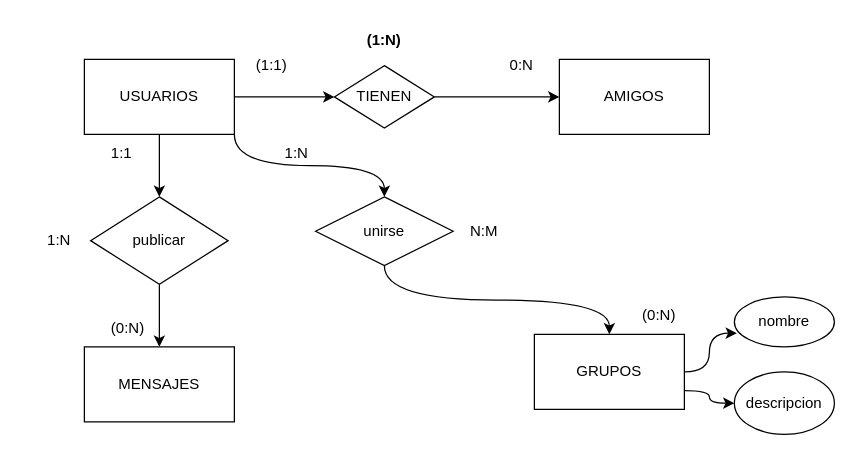
Earlier version of the draw.io diagram page "ejercicio4" (2 of 13) of Sql/directorio_de_ejercicios.drawio (universoparalelo/Informatorio). Source tidied: cells renumbered, new cells numbered last; positions are measured from the earlier drawing's top-left corner, leaving out a move shared by most shapes. Both pictures are drawn from the tidied source at 125%, with x=0, y=0 at pixel (21, 21).
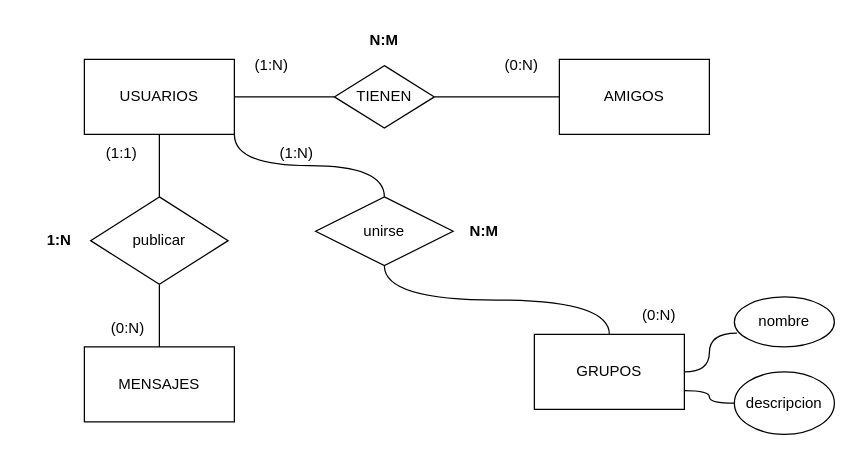
The same page after the edit.

The change refers to these unchanged cells:
```xml
<mxCell id="5" value="USUARIOS" style="rounded=0;whiteSpace=wrap;html=1;" parent="1" vertex="1">
  <mxGeometry x="50" y="30" width="120" height="60" as="geometry" />
</mxCell>
<mxCell id="6" value="AMIGOS" style="rounded=0;whiteSpace=wrap;html=1;" parent="1" vertex="1">
  <mxGeometry x="430" y="30" width="120" height="60" as="geometry" />
</mxCell>
<mxCell id="9" value="GRUPOS" style="rounded=0;whiteSpace=wrap;html=1;" parent="1" vertex="1">
  <mxGeometry x="410" y="250" width="120" height="60" as="geometry" />
</mxCell>
<mxCell id="10" value="MENSAJES" style="rounded=0;whiteSpace=wrap;html=1;" parent="1" vertex="1">
  <mxGeometry x="50" y="260" width="120" height="60" as="geometry" />
</mxCell>
<mxCell id="12" value="TIENEN" style="rhombus;whiteSpace=wrap;html=1;" parent="1" vertex="1">
  <mxGeometry x="250" y="35" width="80" height="50" as="geometry" />
</mxCell>
<mxCell id="17" value="publicar" style="rhombus;whiteSpace=wrap;html=1;" parent="1" vertex="1">
  <mxGeometry x="55" y="140" width="110" height="70" as="geometry" />
</mxCell>
<mxCell id="22" value="unirse" style="rhombus;whiteSpace=wrap;html=1;" parent="1" vertex="1">
  <mxGeometry x="235" y="140" width="110" height="55" as="geometry" />
</mxCell>
<mxCell id="26" value="nombre" style="ellipse;whiteSpace=wrap;html=1;" parent="1" vertex="1">
  <mxGeometry x="570" y="220" width="80" height="40" as="geometry" />
</mxCell>
<mxCell id="27" value="descripcion" style="ellipse;whiteSpace=wrap;html=1;" parent="1" vertex="1">
  <mxGeometry x="570" y="280" width="80" height="50" as="geometry" />
</mxCell>
```

What changed in the source:
```diff
@@
-    <mxCell id="2" style="edgeStyle=orthogonalEdgeStyle;rounded=0;jettySize=auto;html=1;exitX=1;exitY=0.5;exitDx=0;exitDy=0;" parent="1" edge="1" source="5" target="12">
+    <mxCell id="2" style="edgeStyle=orthogonalEdgeStyle;rounded=0;jettySize=auto;html=1;exitX=1;exitY=0.5;exitDx=0;exitDy=0;endArrow=none;endFill=0;" parent="1" edge="1" source="5" target="12">
       <mxGeometry relative="1" as="geometry" />
     </mxCell>
-    <mxCell id="3" style="edgeStyle=orthogonalEdgeStyle;curved=1;rounded=0;jettySize=auto;html=1;exitX=0.5;exitY=1;exitDx=0;exitDy=0;entryX=0.5;entryY=0;entryDx=0;entryDy=0;" parent="1" edge="1" source="5" target="17">
+    <mxCell id="3" style="edgeStyle=orthogonalEdgeStyle;curved=1;rounded=0;jettySize=auto;html=1;exitX=0.5;exitY=1;exitDx=0;exitDy=0;entryX=0.5;entryY=0;entryDx=0;entryDy=0;endArrow=none;endFill=0;" parent="1" edge="1" source="5" target="17">
       <mxGeometry relative="1" as="geometry" />
     </mxCell>
-    <mxCell id="4" style="edgeStyle=orthogonalEdgeStyle;curved=1;rounded=0;jettySize=auto;html=1;exitX=1;exitY=1;exitDx=0;exitDy=0;" parent="1" edge="1" source="5" target="22">
+    <mxCell id="4" style="edgeStyle=orthogonalEdgeStyle;curved=1;rounded=0;jettySize=auto;html=1;exitX=1;exitY=1;exitDx=0;exitDy=0;endArrow=none;endFill=0;" parent="1" edge="1" source="5" target="22">
       <mxGeometry relative="1" as="geometry" />
     </mxCell>
@@
-    <mxCell id="7" style="edgeStyle=orthogonalEdgeStyle;curved=1;rounded=0;jettySize=auto;html=1;exitX=1;exitY=0.5;exitDx=0;exitDy=0;entryX=0.025;entryY=0.725;entryDx=0;entryDy=0;entryPerimeter=0;" parent="1" edge="1" source="9" target="26">
+    <mxCell id="7" style="edgeStyle=orthogonalEdgeStyle;curved=1;rounded=0;jettySize=auto;html=1;exitX=1;exitY=0.5;exitDx=0;exitDy=0;entryX=0.025;entryY=0.725;entryDx=0;entryDy=0;entryPerimeter=0;endArrow=none;endFill=0;" parent="1" edge="1" source="9" target="26">
       <mxGeometry relative="1" as="geometry" />
     </mxCell>
-    <mxCell id="8" style="edgeStyle=orthogonalEdgeStyle;curved=1;rounded=0;jettySize=auto;html=1;exitX=1;exitY=0.75;exitDx=0;exitDy=0;entryX=0;entryY=0.5;entryDx=0;entryDy=0;" parent="1" edge="1" source="9" target="27">
+    <mxCell id="8" style="edgeStyle=orthogonalEdgeStyle;curved=1;rounded=0;jettySize=auto;html=1;exitX=1;exitY=0.75;exitDx=0;exitDy=0;entryX=0;entryY=0.5;entryDx=0;entryDy=0;endArrow=none;endFill=0;" parent="1" edge="1" source="9" target="27">
       <mxGeometry relative="1" as="geometry" />
     </mxCell>
@@
-    <mxCell id="11" style="edgeStyle=orthogonalEdgeStyle;rounded=0;jettySize=auto;html=1;exitX=1;exitY=0.5;exitDx=0;exitDy=0;entryX=0;entryY=0.5;entryDx=0;entryDy=0;" parent="1" edge="1" source="12" target="6">
+    <mxCell id="11" style="edgeStyle=orthogonalEdgeStyle;rounded=0;jettySize=auto;html=1;exitX=1;exitY=0.5;exitDx=0;exitDy=0;entryX=0;entryY=0.5;entryDx=0;entryDy=0;endArrow=none;endFill=0;" parent="1" edge="1" source="12" target="6">
       <mxGeometry relative="1" as="geometry" />
     </mxCell>
@@
-    <mxCell id="13" value="(1:1)" style="text;html=1;strokeColor=none;fillColor=none;align=center;verticalAlign=middle;whiteSpace=wrap;rounded=0;" parent="1" vertex="1">
+    <mxCell id="13" value="(1:N)" style="text;html=1;strokeColor=none;fillColor=none;align=center;verticalAlign=middle;whiteSpace=wrap;rounded=0;" parent="1" vertex="1">
       <mxGeometry x="170" y="20" width="60" height="30" as="geometry" />
     </mxCell>
-    <mxCell id="14" value="0:N" style="text;html=1;strokeColor=none;fillColor=none;align=center;verticalAlign=middle;whiteSpace=wrap;rounded=0;" parent="1" vertex="1">
+    <mxCell id="14" value="(0:N)" style="text;html=1;strokeColor=none;fillColor=none;align=center;verticalAlign=middle;whiteSpace=wrap;rounded=0;" parent="1" vertex="1">
       <mxGeometry x="370" y="20" width="60" height="30" as="geometry" />
     </mxCell>
-    <mxCell id="15" value="&lt;b&gt;(1:N)&lt;/b&gt;" style="text;html=1;strokeColor=none;fillColor=none;align=center;verticalAlign=middle;whiteSpace=wrap;rounded=0;" parent="1" vertex="1">
+    <mxCell id="15" value="&lt;b&gt;N:M&lt;/b&gt;" style="text;html=1;strokeColor=none;fillColor=none;align=center;verticalAlign=middle;whiteSpace=wrap;rounded=0;" parent="1" vertex="1">
       <mxGeometry x="260" width="60" height="30" as="geometry" />
     </mxCell>
-    <mxCell id="16" style="edgeStyle=orthogonalEdgeStyle;curved=1;rounded=0;jettySize=auto;html=1;exitX=0.5;exitY=1;exitDx=0;exitDy=0;entryX=0.5;entryY=0;entryDx=0;entryDy=0;" parent="1" edge="1" source="17" target="10">
+    <mxCell id="16" style="edgeStyle=orthogonalEdgeStyle;curved=1;rounded=0;jettySize=auto;html=1;exitX=0.5;exitY=1;exitDx=0;exitDy=0;entryX=0.5;entryY=0;entryDx=0;entryDy=0;endArrow=none;endFill=0;" parent="1" edge="1" source="17" target="10">
       <mxGeometry relative="1" as="geometry" />
     </mxCell>
@@
-    <mxCell id="19" value="1:1" style="text;html=1;strokeColor=none;fillColor=none;align=center;verticalAlign=middle;whiteSpace=wrap;rounded=0;" parent="1" vertex="1">
+    <mxCell id="19" value="(1:1)" style="text;html=1;strokeColor=none;fillColor=none;align=center;verticalAlign=middle;whiteSpace=wrap;rounded=0;" parent="1" vertex="1">
       <mxGeometry x="50" y="90" width="60" height="30" as="geometry" />
     </mxCell>
-    <mxCell id="20" value="1:N" style="text;html=1;strokeColor=none;fillColor=none;align=center;verticalAlign=middle;whiteSpace=wrap;rounded=0;" parent="1" vertex="1">
+    <mxCell id="20" value="&lt;b&gt;1:N&lt;/b&gt;" style="text;html=1;strokeColor=none;fillColor=none;align=center;verticalAlign=middle;whiteSpace=wrap;rounded=0;" parent="1" vertex="1">
       <mxGeometry y="160" width="60" height="30" as="geometry" />
     </mxCell>
-    <mxCell id="21" style="edgeStyle=orthogonalEdgeStyle;curved=1;rounded=0;jettySize=auto;html=1;exitX=0.5;exitY=1;exitDx=0;exitDy=0;entryX=0.5;entryY=0;entryDx=0;entryDy=0;" parent="1" edge="1" source="22" target="9">
+    <mxCell id="21" style="edgeStyle=orthogonalEdgeStyle;curved=1;rounded=0;jettySize=auto;html=1;exitX=0.5;exitY=1;exitDx=0;exitDy=0;entryX=0.5;entryY=0;entryDx=0;entryDy=0;endArrow=none;endFill=0;" parent="1" edge="1" source="22" target="9">
       <mxGeometry relative="1" as="geometry" />
     </mxCell>
@@
-    <mxCell id="24" value="1:N" style="text;html=1;strokeColor=none;fillColor=none;align=center;verticalAlign=middle;whiteSpace=wrap;rounded=0;" parent="1" vertex="1">
+    <mxCell id="24" value="(1:N)" style="text;html=1;strokeColor=none;fillColor=none;align=center;verticalAlign=middle;whiteSpace=wrap;rounded=0;" parent="1" vertex="1">
       <mxGeometry x="190" y="90" width="60" height="30" as="geometry" />
     </mxCell>
-    <mxCell id="25" value="N:M" style="text;html=1;strokeColor=none;fillColor=none;align=center;verticalAlign=middle;whiteSpace=wrap;rounded=0;" parent="1" vertex="1">
+    <mxCell id="25" value="&lt;b&gt;N:M&lt;/b&gt;" style="text;html=1;strokeColor=none;fillColor=none;align=center;verticalAlign=middle;whiteSpace=wrap;rounded=0;" parent="1" vertex="1">
       <mxGeometry x="340" y="153" width="60" height="30" as="geometry" />
     </mxCell>
```
